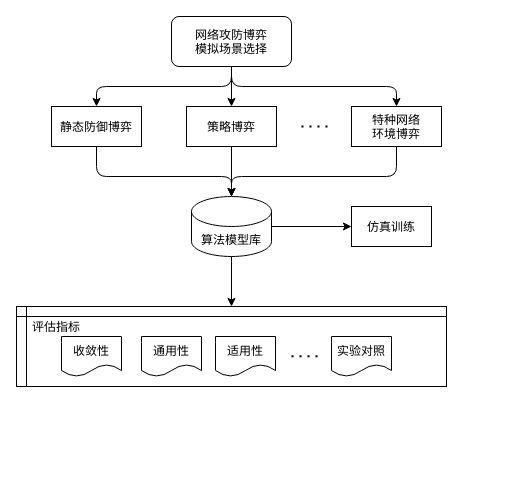
The draw.io diagram 投标_策略评估流程.drawio in undinuanao/-, before the edit. Source tidied: cells renumbered, new cells numbered last; positions are measured from the earlier drawing's top-left corner, leaving out a move shared by most shapes. Both pictures are drawn from the tidied source at 100%, with x=0, y=0 at pixel (16, 16).
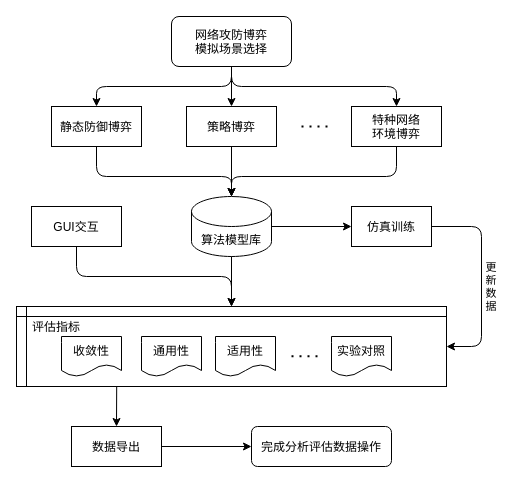
Above is the later version.

Commit message:
更新投标_策略评估流程.drawio

Unchanged cells that the change refers to:
```xml
<mxCell id="14" value="仿真训练" style="rounded=0;" parent="1" vertex="1">
  <mxGeometry x="335" y="190" width="80" height="40" as="geometry" />
</mxCell>
<mxCell id="17" style="shape=internalStorage;backgroundOutline=1;dx=10;dy=10;" parent="1" vertex="1">
  <mxGeometry y="290" width="430" height="80" as="geometry" />
</mxCell>
```

Diff of the diagram source:
```diff
@@
+    <mxCell id="24" value="GUI交互" style="rounded=0;" parent="1" vertex="1">
+      <mxGeometry x="15" y="190" width="90" height="40" as="geometry" />
+    </mxCell>
+    <mxCell id="25" style="endArrow=classic;exitX=0.5;exitY=1;exitDx=0;exitDy=0;entryX=0.5;entryY=0;entryDx=0;entryDy=0;" parent="1" edge="1" source="24" target="17">
+      <mxGeometry relative="1" as="geometry">
+        <Array as="points">
+          <mxPoint x="60" y="260" />
+          <mxPoint x="215" y="260" />
+        </Array>
+      </mxGeometry>
+    </mxCell>
+    <mxCell id="26" value="更&#10;新&#10;数&#10;据" style="endArrow=classic;exitX=1;exitY=0.5;exitDx=0;exitDy=0;entryX=1;entryY=0.5;entryDx=0;entryDy=0;" parent="1" edge="1" source="14" target="17">
+      <mxGeometry x="0.07" y="10" relative="1" as="geometry">
+        <Array as="points">
+          <mxPoint x="465" y="210" />
+          <mxPoint x="465" y="330" />
+        </Array>
+      </mxGeometry>
+    </mxCell>
+    <mxCell id="27" value="数据导出" style="rounded=0;" parent="1" vertex="1">
+      <mxGeometry x="55" y="410" width="90" height="40" as="geometry" />
+    </mxCell>
+    <mxCell id="28" style="endArrow=classic;exitX=0.233;exitY=1.004;exitDx=0;exitDy=0;entryX=0.5;entryY=0;entryDx=0;entryDy=0;exitPerimeter=0;" parent="1" edge="1" source="17" target="27">
+      <mxGeometry relative="1" as="geometry" />
+    </mxCell>
+    <mxCell id="29" value="完成分析评估数据操作" style="rounded=1;" parent="1" vertex="1">
+      <mxGeometry x="235" y="410" width="140" height="40" as="geometry" />
+    </mxCell>
+    <mxCell id="30" style="endArrow=classic;exitX=1;exitY=0.5;exitDx=0;exitDy=0;entryX=0;entryY=0.5;entryDx=0;entryDy=0;" parent="1" edge="1" source="27" target="29">
+      <mxGeometry relative="1" as="geometry" />
+    </mxCell>
```
